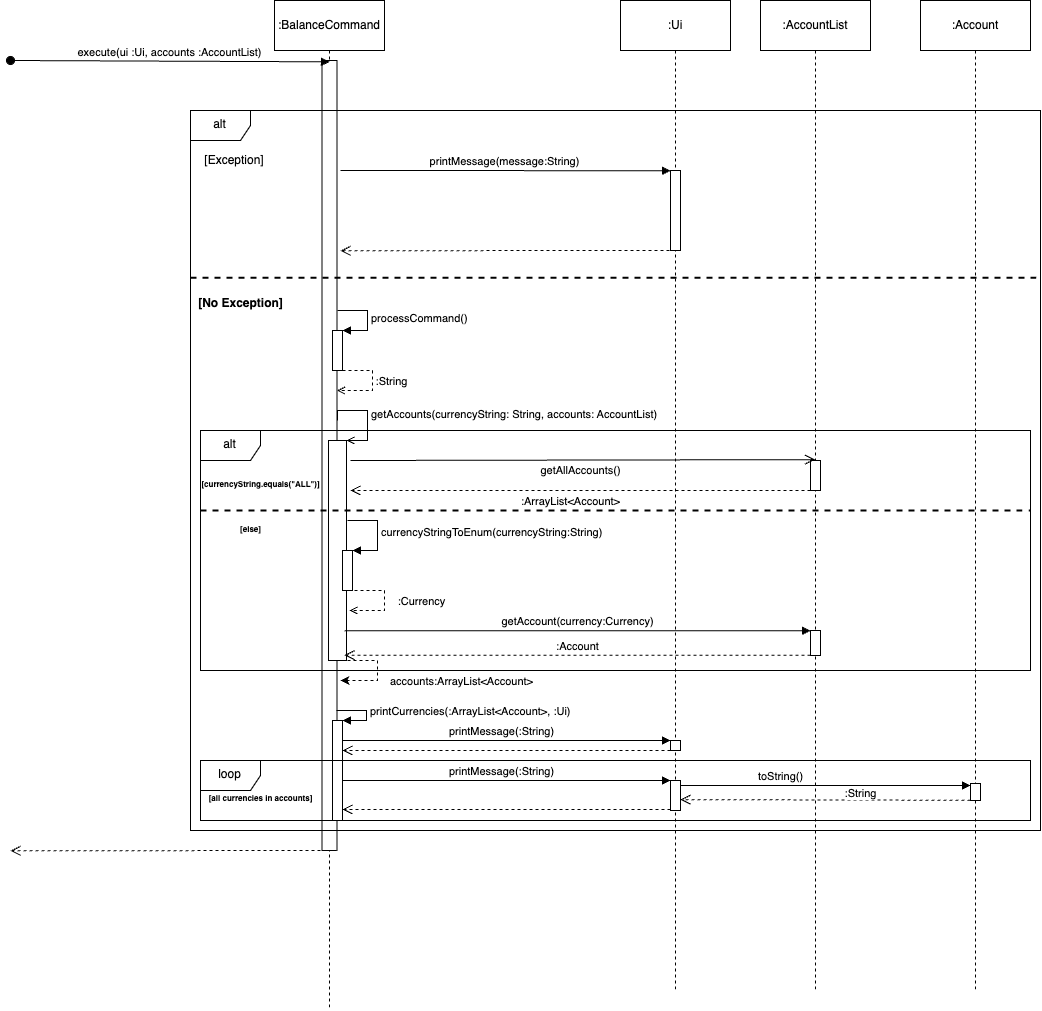
Earlier version of the draw.io export docs/images/BalanceSeqDiagram.png (woowenjun99/tp). Source tidied: cells renumbered, new cells last; positions are measured from the earlier drawing's top-left corner, leaving out a move shared by most shapes.
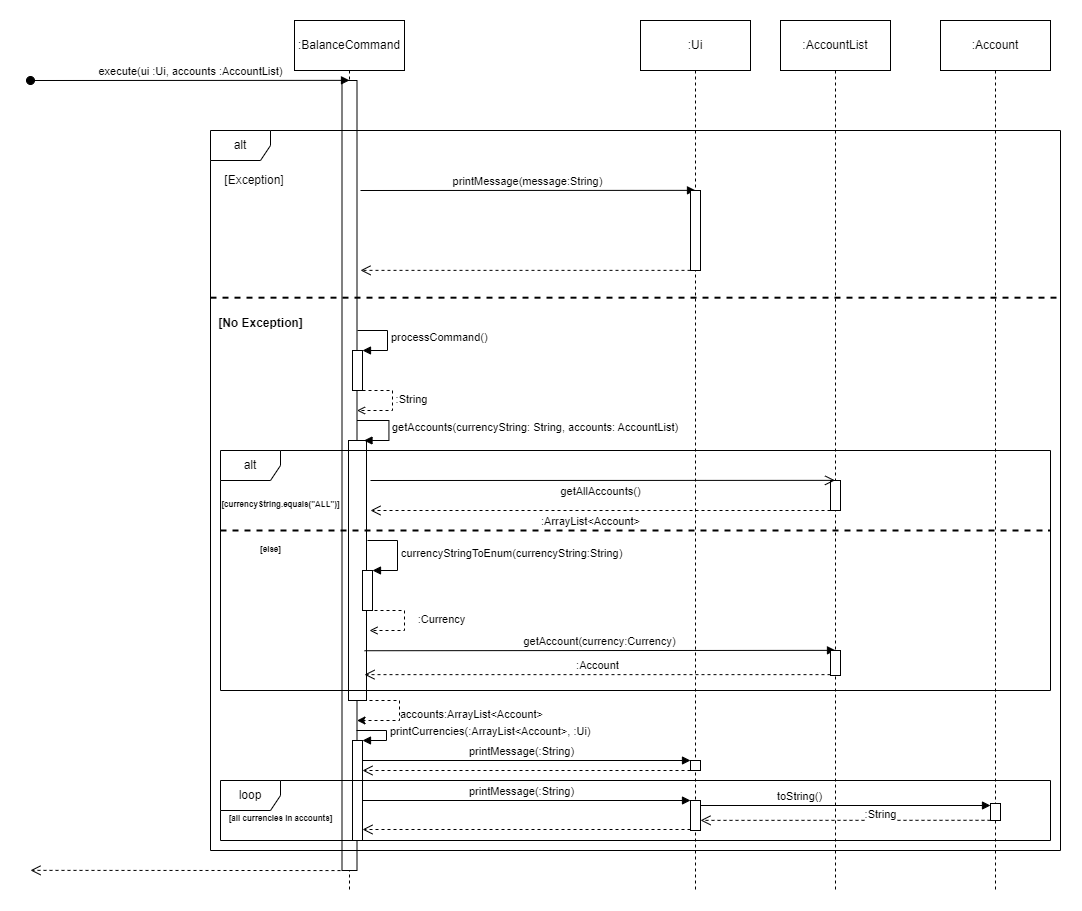
Later version of the same file.

Commit message:
Fix Balance Sequence Diagram

Diff of the diagram source:
```diff
@@ -3,13 +3,13 @@
     <mxCell id="0" />
     <mxCell id="1" parent="0" />
     <mxCell id="2" style="shape=umlLifeline;perimeter=lifelinePerimeter;whiteSpace=wrap;html=1;newEdgeStyle={&quot;edgeStyle&quot;:&quot;elbowEdgeStyle&quot;,&quot;elbow&quot;:&quot;vertical&quot;,&quot;curved&quot;:0,&quot;rounded&quot;:0};participant=umlEntity;" parent="1" vertex="1">
-      <mxGeometry x="299" y="10" width="40" height="1000" as="geometry" />
+      <mxGeometry x="299" y="10" width="40" height="860" as="geometry" />
     </mxCell>
     <mxCell id="3" style="html=1;points=[];perimeter=orthogonalPerimeter;outlineConnect=0;targetShapes=umlLifeline;portConstraint=eastwest;newEdgeStyle={&quot;edgeStyle&quot;:&quot;elbowEdgeStyle&quot;,&quot;elbow&quot;:&quot;vertical&quot;,&quot;curved&quot;:0,&quot;rounded&quot;:0};" parent="2" vertex="1">
       <mxGeometry x="12.5" y="50" width="15" height="790" as="geometry" />
     </mxCell>
     <mxCell id="4" style="html=1;points=[];perimeter=orthogonalPerimeter;outlineConnect=0;targetShapes=umlLifeline;portConstraint=eastwest;newEdgeStyle={&quot;edgeStyle&quot;:&quot;elbowEdgeStyle&quot;,&quot;elbow&quot;:&quot;vertical&quot;,&quot;curved&quot;:0,&quot;rounded&quot;:0};" parent="2" vertex="1">
-      <mxGeometry x="19" y="430" width="18" height="220" as="geometry" />
+      <mxGeometry x="19" y="410" width="18" height="260" as="geometry" />
     </mxCell>
     <mxCell id="5" style="html=1;points=[];perimeter=orthogonalPerimeter;outlineConnect=0;targetShapes=umlLifeline;portConstraint=eastwest;newEdgeStyle={&quot;edgeStyle&quot;:&quot;elbowEdgeStyle&quot;,&quot;elbow&quot;:&quot;vertical&quot;,&quot;curved&quot;:0,&quot;rounded&quot;:0};" parent="2" vertex="1">
       <mxGeometry x="23" y="710" width="10" height="100" as="geometry" />
@@ -24,7 +24,7 @@
       </mxGeometry>
     </mxCell>
     <mxCell id="8" style="shape=umlLifeline;perimeter=lifelinePerimeter;whiteSpace=wrap;html=1;newEdgeStyle={&quot;edgeStyle&quot;:&quot;elbowEdgeStyle&quot;,&quot;elbow&quot;:&quot;vertical&quot;,&quot;curved&quot;:0,&quot;rounded&quot;:0};participant=umlBoundary;" parent="1" vertex="1">
-      <mxGeometry x="640" y="10" width="50" height="980" as="geometry" />
+      <mxGeometry x="640" y="10" width="50" height="860" as="geometry" />
     </mxCell>
     <mxCell id="9" value=":Ui" style="html=1;whiteSpace=wrap;" parent="1" vertex="1">
       <mxGeometry x="610" width="110" height="50" as="geometry" />
@@ -32,6 +32,16 @@
     <mxCell id="10" value="alt" style="shape=umlFrame;whiteSpace=wrap;html=1;" parent="1" vertex="1">
       <mxGeometry x="180" y="110" width="850" height="720" as="geometry" />
     </mxCell>
+    <mxCell id="20" value="getAccounts(currencyString: String, accounts: AccountList)" style="html=1;align=left;spacingLeft=2;endArrow=block;rounded=0;edgeStyle=orthogonalEdgeStyle;curved=0;rounded=0;" parent="10" edge="1">
+      <mxGeometry relative="1" as="geometry">
+        <mxPoint x="146.5" y="290" as="sourcePoint" />
+        <mxPoint x="153.5" y="310" as="targetPoint" />
+        <Array as="points">
+          <mxPoint x="178.5" y="290" />
+          <mxPoint x="178.5" y="310" />
+        </Array>
+      </mxGeometry>
+    </mxCell>
     <object id="11" label="[Exception]" name="Variable" placeholders="1">
       <mxCell style="text;html=1;strokeColor=none;fillColor=none;align=center;verticalAlign=middle;whiteSpace=wrap;overflow=hidden;" parent="1" vertex="1">
         <mxGeometry x="184" y="150" width="80" height="20" as="geometry" />
@@ -79,18 +89,8 @@
         <mxPoint x="19" as="offset" />
       </mxGeometry>
     </mxCell>
-    <mxCell id="20" value="getAccounts(currencyString: String, accounts: AccountList)" style="html=1;align=left;spacingLeft=2;endArrow=open;rounded=0;edgeStyle=orthogonalEdgeStyle;curved=0;rounded=0;endFill=0;" parent="1" edge="1" target="4">
-      <mxGeometry relative="1" as="geometry">
-        <mxPoint x="327" y="420" as="sourcePoint" />
-        <Array as="points">
-          <mxPoint x="327" y="410" />
-          <mxPoint x="357" y="410" />
-          <mxPoint x="357" y="440" />
-        </Array>
-      </mxGeometry>
-    </mxCell>
     <mxCell id="21" style="shape=umlLifeline;perimeter=lifelinePerimeter;whiteSpace=wrap;html=1;outlineConnect=0;portConstraint=eastwest;newEdgeStyle={&quot;edgeStyle&quot;:&quot;elbowEdgeStyle&quot;,&quot;elbow&quot;:&quot;vertical&quot;,&quot;curved&quot;:0,&quot;rounded&quot;:0};participant=umlEntity;" parent="1" vertex="1">
-      <mxGeometry x="785" y="10" width="40" height="980" as="geometry" />
+      <mxGeometry x="785" y="10" width="40" height="860" as="geometry" />
     </mxCell>
     <mxCell id="22" value=":AccountList" style="html=1;whiteSpace=wrap;" parent="1" vertex="1">
       <mxGeometry x="750" width="110" height="50" as="geometry" />
@@ -149,19 +149,18 @@
         <mxPoint x="37" as="offset" />
       </mxGeometry>
     </mxCell>
-    <mxCell id="34" style="html=1;align=left;spacingLeft=2;endArrow=classic;rounded=0;edgeStyle=orthogonalEdgeStyle;curved=0;rounded=0;dashed=1;endFill=1;" parent="1" edge="1">
+    <mxCell id="34" style="html=1;align=left;spacingLeft=2;endArrow=classic;rounded=0;edgeStyle=orthogonalEdgeStyle;curved=0;rounded=0;dashed=1;endFill=1;" parent="1" edge="1" target="3">
       <mxGeometry relative="1" as="geometry">
-        <mxPoint x="337" y="660" as="sourcePoint" />
-        <mxPoint x="330" y="680" as="targetPoint" />
+        <mxPoint x="339" y="680" as="sourcePoint" />
         <Array as="points">
-          <mxPoint x="367" y="660" />
-          <mxPoint x="367" y="680" />
+          <mxPoint x="369" y="680" />
+          <mxPoint x="369" y="700" />
         </Array>
       </mxGeometry>
     </mxCell>
     <mxCell id="35" value="accounts:ArrayList&amp;lt;Account&amp;gt;" style="edgeLabel;html=1;align=center;verticalAlign=middle;" parent="34" vertex="1">
       <mxGeometry x="-0.08" y="-1" relative="1" as="geometry">
-        <mxPoint x="84" y="10" as="offset" />
+        <mxPoint x="72" as="offset" />
       </mxGeometry>
     </mxCell>
     <mxCell id="36" value="[No Exception]" style="text;align=center;fontStyle=1;verticalAlign=middle;spacingLeft=3;spacingRight=3;strokeColor=none;html=1;" parent="1" vertex="1">
@@ -252,7 +251,7 @@
       </mxGeometry>
     </mxCell>
     <mxCell id="51" style="shape=umlLifeline;perimeter=lifelinePerimeter;whiteSpace=wrap;html=1;newEdgeStyle={&quot;edgeStyle&quot;:&quot;elbowEdgeStyle&quot;,&quot;elbow&quot;:&quot;vertical&quot;,&quot;curved&quot;:0,&quot;rounded&quot;:0};participant=umlEntity;" parent="1" vertex="1">
-      <mxGeometry x="945" y="10" width="40" height="980" as="geometry" />
+      <mxGeometry x="945" y="10" width="40" height="860" as="geometry" />
     </mxCell>
     <mxCell id="52" style="html=1;perimeter=orthogonalPerimeter;targetShapes=umlLifeline;newEdgeStyle={&quot;edgeStyle&quot;:&quot;elbowEdgeStyle&quot;,&quot;elbow&quot;:&quot;vertical&quot;,&quot;curved&quot;:0,&quot;rounded&quot;:0};" parent="51" vertex="1">
       <mxGeometry x="15" y="773" width="10" height="17" as="geometry" />
```
